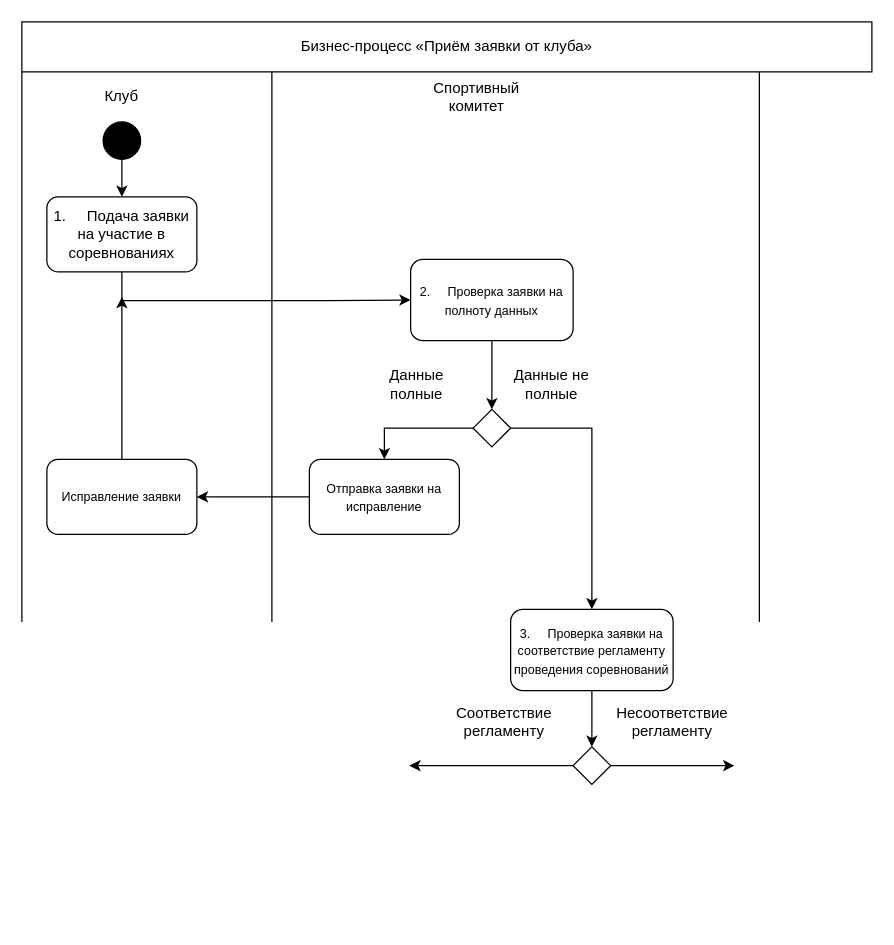
Before: page "Деятельности" (3 of 9) of Диаграммы ИС «Спортивный комитет».drawio in antonch985/Education, a draw.io diagram. Source tidied: cells renumbered, new cells numbered last; positions are measured from the earlier drawing's top-left corner, leaving out a move shared by most shapes. Both pictures are drawn from the tidied source at 125%, with x=0, y=0 at pixel (21, 21).
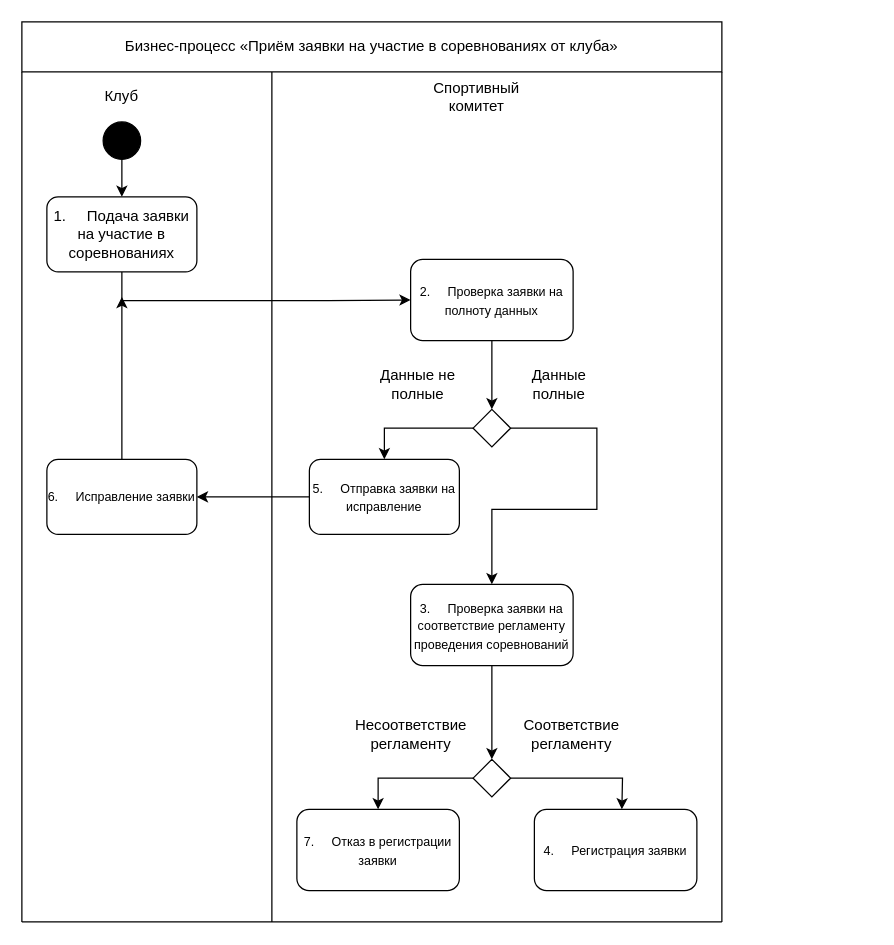
Above is the later version.

Unchanged cells that the change refers to:
```xml
<mxCell id="15" style="rhombus;whiteSpace=wrap;html=1;" parent="1" vertex="1">
  <mxGeometry x="361" y="310" width="30" height="30" as="geometry" />
</mxCell>
```

The edit, as a diff of the source:
```diff
@@
-    <mxCell id="2" value="Бизнес-процесс «Приём заявки от клуба»" style="rounded=0;whiteSpace=wrap;html=1;" parent="1" vertex="1">
-      <mxGeometry width="680" height="40" as="geometry" />
+    <mxCell id="2" value="Бизнес-процесс «Приём заявки на участие в соревнованиях от клуба»" style="rounded=0;whiteSpace=wrap;html=1;" parent="1" vertex="1">
+      <mxGeometry width="560" height="40" as="geometry" />
     </mxCell>
     <mxCell id="3" style="endArrow=none;html=1;rounded=0;entryX=0;entryY=1;entryDx=0;entryDy=0;" parent="1" edge="1" target="2">
       <mxGeometry relative="1" as="geometry">
-        <mxPoint y="480" as="sourcePoint" />
+        <mxPoint y="720" as="sourcePoint" />
       </mxGeometry>
     </mxCell>
     <mxCell id="4" style="endArrow=none;html=1;rounded=0;entryX=0.25;entryY=1;entryDx=0;entryDy=0;" parent="1" edge="1">
       <mxGeometry relative="1" as="geometry">
-        <mxPoint x="200" y="480" as="sourcePoint" />
+        <mxPoint x="200" y="720" as="sourcePoint" />
         <mxPoint x="200" y="40" as="targetPoint" />
       </mxGeometry>
     </mxCell>
@@
     <mxCell id="8" style="endArrow=none;html=1;rounded=0;entryX=0.5;entryY=1;entryDx=0;entryDy=0;" parent="1" edge="1">
       <mxGeometry relative="1" as="geometry">
-        <mxPoint x="590" y="480" as="sourcePoint" />
-        <mxPoint x="590" y="40" as="targetPoint" />
+        <mxPoint x="560" y="720" as="sourcePoint" />
+        <mxPoint x="560" y="40" as="targetPoint" />
       </mxGeometry>
     </mxCell>
@@
     <mxCell id="14" style="edgeStyle=orthogonalEdgeStyle;rounded=0;jettySize=auto;html=1;entryX=0.5;entryY=0;entryDx=0;entryDy=0;exitX=1;exitY=0.5;exitDx=0;exitDy=0;" parent="1" edge="1" source="15" target="22">
-      <mxGeometry relative="1" as="geometry" />
+      <mxGeometry relative="1" as="geometry">
+        <Array as="points">
+          <mxPoint x="460" y="325" />
+          <mxPoint x="460" y="390" />
+          <mxPoint x="376" y="390" />
+        </Array>
+      </mxGeometry>
     </mxCell>
@@
     <mxCell id="17" value="Данные полные" style="text;html=1;whiteSpace=wrap;strokeColor=none;fillColor=none;align=center;verticalAlign=middle;rounded=0;" parent="1" vertex="1">
-      <mxGeometry x="286" y="270" width="60" height="40" as="geometry" />
+      <mxGeometry x="400" y="270" width="60" height="40" as="geometry" />
     </mxCell>
@@
-    <mxCell id="19" value="&lt;font style=&quot;font-size: 10px;&quot;&gt;Отправка заявки на исправление&lt;/font&gt;" style="rounded=1;whiteSpace=wrap;html=1;" parent="1" vertex="1">
+    <mxCell id="19" value="&lt;font style=&quot;font-size: 10px;&quot;&gt;5.&lt;span style=&quot;white-space: pre;&quot;&gt;&#9;&lt;/span&gt;Отправка заявки на исправление&lt;/font&gt;" style="rounded=1;whiteSpace=wrap;html=1;" parent="1" vertex="1">
       <mxGeometry x="230" y="350" width="120" height="60" as="geometry" />
     </mxCell>
     <mxCell id="20" value="Данные не полные" style="text;html=1;whiteSpace=wrap;strokeColor=none;fillColor=none;align=center;verticalAlign=middle;rounded=0;" parent="1" vertex="1">
-      <mxGeometry x="391" y="272.5" width="66" height="35" as="geometry" />
+      <mxGeometry x="284" y="272.5" width="66" height="35" as="geometry" />
     </mxCell>
@@
     <mxCell id="22" value="&lt;div style=&quot;&quot;&gt;&lt;span style=&quot;font-size: 10px; background-color: transparent; color: light-dark(rgb(0, 0, 0), rgb(255, 255, 255));&quot;&gt;3.&lt;/span&gt;&lt;span style=&quot;font-size: 10px; background-color: transparent; color: light-dark(rgb(0, 0, 0), rgb(255, 255, 255)); white-space: pre;&quot;&gt;&#9;&lt;/span&gt;&lt;span style=&quot;font-size: 10px; background-color: transparent; color: light-dark(rgb(0, 0, 0), rgb(255, 255, 255));&quot;&gt;Проверка заявки на соответствие регламенту проведения соревнований&lt;/span&gt;&lt;/div&gt;" style="rounded=1;whiteSpace=wrap;html=1;align=center;" parent="1" vertex="1">
-      <mxGeometry x="391" y="470" width="130" height="65" as="geometry" />
+      <mxGeometry x="311" y="450" width="130" height="65" as="geometry" />
     </mxCell>
@@
-    <mxCell id="24" value="&lt;font style=&quot;font-size: 10px;&quot;&gt;Исправление заявки&lt;/font&gt;" style="rounded=1;whiteSpace=wrap;html=1;" parent="1" vertex="1">
+    <mxCell id="24" value="&lt;font style=&quot;font-size: 10px;&quot;&gt;6.&lt;span style=&quot;white-space: pre;&quot;&gt;&#9;&lt;/span&gt;Исправление заявки&lt;/font&gt;" style="rounded=1;whiteSpace=wrap;html=1;" parent="1" vertex="1">
       <mxGeometry x="20" y="350" width="120" height="60" as="geometry" />
     </mxCell>
-    <mxCell id="25" style="edgeStyle=orthogonalEdgeStyle;rounded=0;jettySize=auto;html=1;" parent="1" edge="1" source="27">
-      <mxGeometry relative="1" as="geometry">
-        <mxPoint x="310" y="595" as="targetPoint" />
-      </mxGeometry>
+    <mxCell id="25" style="edgeStyle=orthogonalEdgeStyle;rounded=0;jettySize=auto;html=1;exitX=0;exitY=0.5;exitDx=0;exitDy=0;entryX=0.5;entryY=0;entryDx=0;entryDy=0;" parent="1" edge="1" source="27" target="30">
+      <mxGeometry relative="1" as="geometry" />
     </mxCell>
     <mxCell id="26" style="edgeStyle=orthogonalEdgeStyle;rounded=0;jettySize=auto;html=1;" parent="1" edge="1" source="27">
       <mxGeometry relative="1" as="geometry">
-        <mxPoint x="570" y="595" as="targetPoint" />
+        <mxPoint x="480" y="630" as="targetPoint" />
       </mxGeometry>
     </mxCell>
     <mxCell id="27" style="rhombus;whiteSpace=wrap;html=1;" parent="1" vertex="1">
-      <mxGeometry x="441" y="580" width="30" height="30" as="geometry" />
+      <mxGeometry x="361" y="590" width="30" height="30" as="geometry" />
     </mxCell>
     <mxCell id="28" value="Соответствие регламенту" style="text;html=1;whiteSpace=wrap;strokeColor=none;fillColor=none;align=center;verticalAlign=middle;rounded=0;" parent="1" vertex="1">
-      <mxGeometry x="346" y="540" width="80" height="40" as="geometry" />
+      <mxGeometry x="400" y="550" width="80" height="40" as="geometry" />
     </mxCell>
     <mxCell id="29" value="Несоответствие регламенту" style="text;html=1;whiteSpace=wrap;strokeColor=none;fillColor=none;align=center;verticalAlign=middle;rounded=0;" parent="1" vertex="1">
-      <mxGeometry x="471" y="540" width="99" height="40" as="geometry" />
+      <mxGeometry x="262" y="550" width="99" height="40" as="geometry" />
     </mxCell>
+    <mxCell id="30" value="&lt;font style=&quot;font-size: 10px;&quot;&gt;7.&lt;span style=&quot;white-space: pre;&quot;&gt;&#9;&lt;/span&gt;Отказ в регистрации заявки&lt;/font&gt;" style="rounded=1;whiteSpace=wrap;html=1;" parent="1" vertex="1">
+      <mxGeometry x="220" y="630" width="130" height="65" as="geometry" />
+    </mxCell>
+    <mxCell id="31" value="&lt;font style=&quot;font-size: 10px;&quot;&gt;4.&lt;span style=&quot;white-space: pre;&quot;&gt;&#9;&lt;/span&gt;Регистрация заявки&lt;/font&gt;" style="rounded=1;whiteSpace=wrap;html=1;" parent="1" vertex="1">
+      <mxGeometry x="410" y="630" width="130" height="65" as="geometry" />
+    </mxCell>
+    <mxCell id="32" style="endArrow=none;html=1;rounded=0;" parent="1" edge="1">
+      <mxGeometry relative="1" as="geometry">
+        <mxPoint y="720" as="sourcePoint" />
+        <mxPoint x="560" y="720" as="targetPoint" />
+      </mxGeometry>
+    </mxCell>
```
